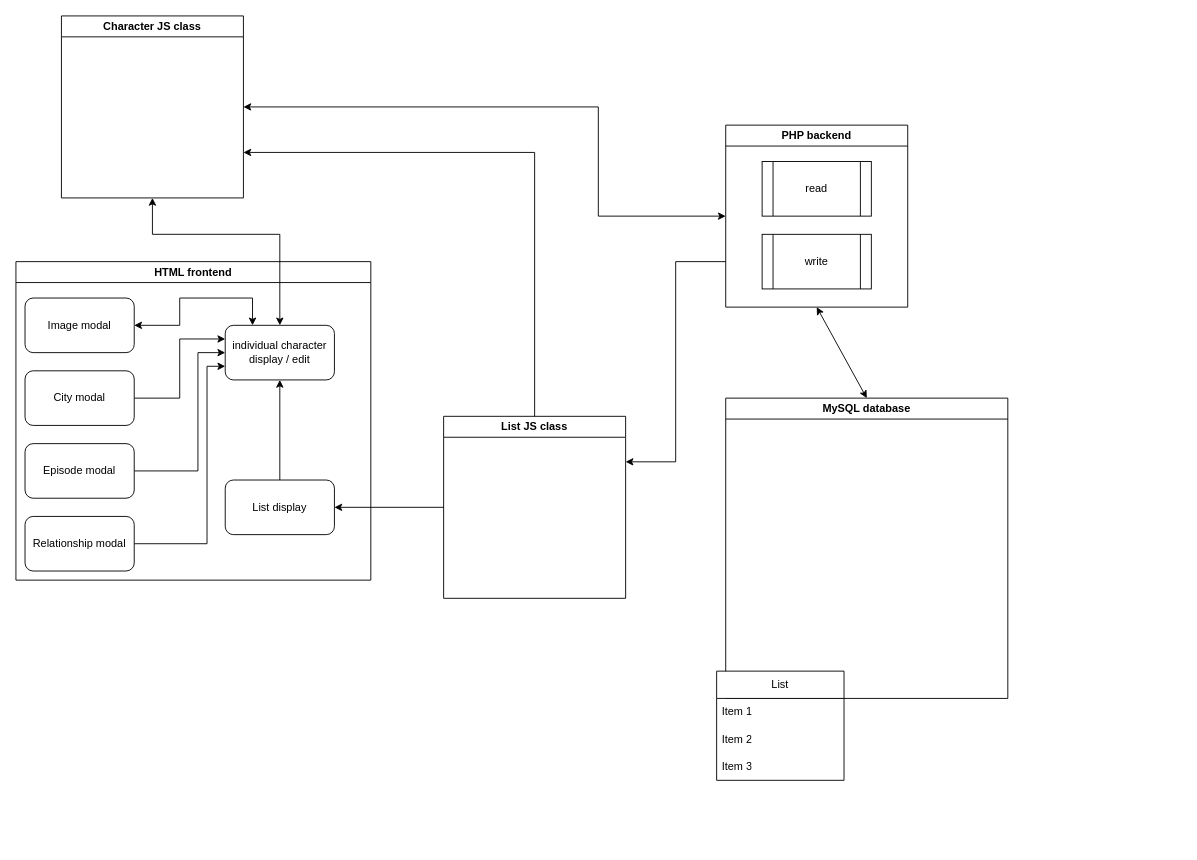
JS-Produksiyon/moc-character-db keeps this draw.io diagram as ed-infrastructure.drawio. Above is the earlier version. Source tidied: cells renumbered, new cells numbered last; positions are measured from the earlier drawing's top-left corner, leaving out a move shared by most shapes. Both pictures are drawn from the tidied source at 91%, with x=0, y=0 at pixel (15, 15).
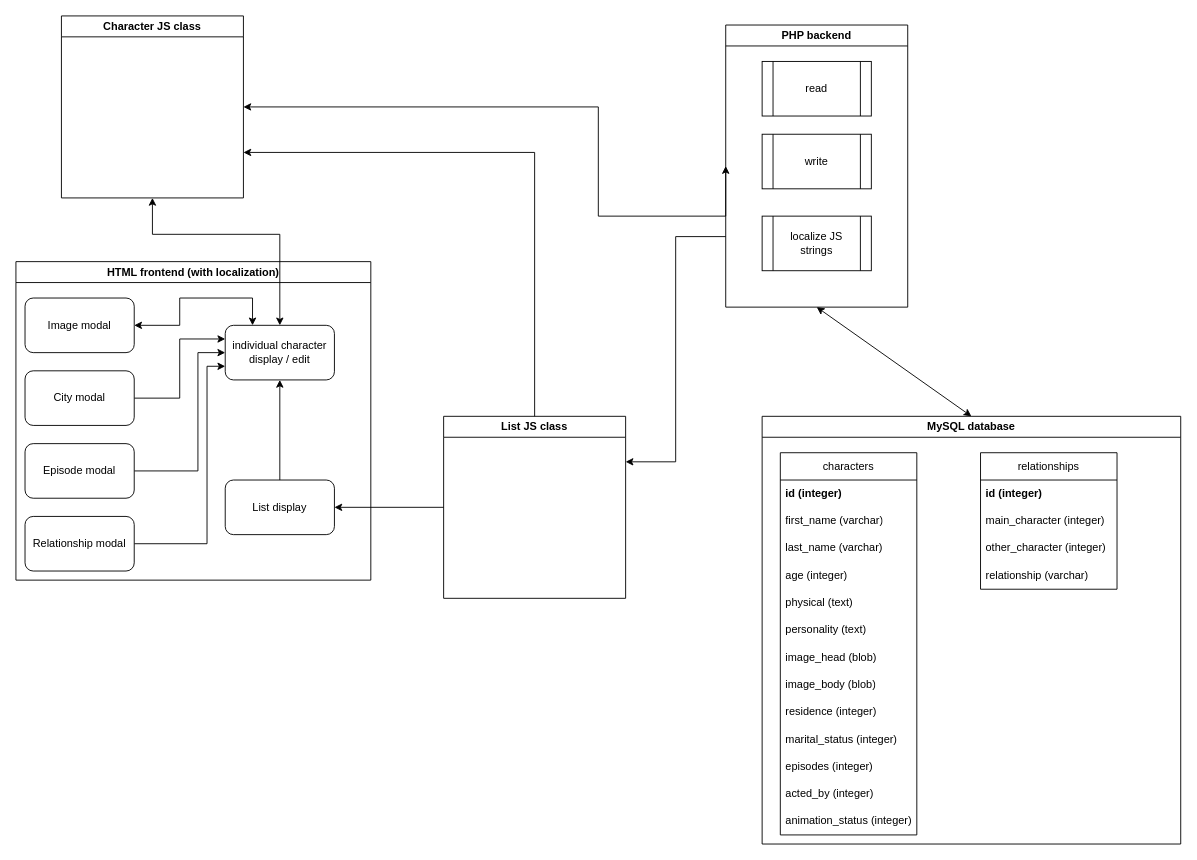
Above is the later version.

Change to the diagram source:
```diff
@@
     <mxCell id="3" value="PHP backend" style="swimlane;whiteSpace=wrap;html=1;" parent="1" vertex="1">
-      <mxGeometry x="780" y="120" width="200" height="200" as="geometry" />
+      <mxGeometry x="780" y="10" width="200" height="310" as="geometry" />
     </mxCell>
@@
+    <mxCell id="30" value="localize JS strings" style="shape=process;whiteSpace=wrap;html=1;backgroundOutline=1;" parent="3" vertex="1">
+      <mxGeometry x="40" y="210" width="120" height="60" as="geometry" />
+    </mxCell>
     <mxCell id="6" value="MySQL database" style="swimlane;whiteSpace=wrap;html=1;" parent="1" vertex="1">
-      <mxGeometry x="780" y="420" width="310" height="330" as="geometry" />
+      <mxGeometry x="820" y="440" width="460" height="470" as="geometry" />
     </mxCell>
+    <mxCell id="26" value="characters" style="swimlane;fontStyle=0;horizontal=1;startSize=30;whiteSpace=wrap;html=1;" parent="6" vertex="1">
+      <mxGeometry x="20" y="40" width="150" height="420" as="geometry" />
+    </mxCell>
+    <mxCell id="27" value="&lt;b&gt;id (integer)&lt;/b&gt;" style="text;strokeColor=none;fillColor=none;align=left;verticalAlign=middle;spacingLeft=4;spacingRight=4;overflow=hidden;whiteSpace=wrap;html=1;" parent="26" vertex="1">
+      <mxGeometry y="30" width="150" height="30" as="geometry" />
+    </mxCell>
+    <mxCell id="28" value="first_name (varchar)" style="text;strokeColor=none;fillColor=none;align=left;verticalAlign=middle;spacingLeft=4;spacingRight=4;overflow=hidden;whiteSpace=wrap;html=1;" parent="26" vertex="1">
+      <mxGeometry y="60" width="150" height="30" as="geometry" />
+    </mxCell>
+    <mxCell id="29" value="last_name (varchar)" style="text;strokeColor=none;fillColor=none;align=left;verticalAlign=middle;spacingLeft=4;spacingRight=4;overflow=hidden;whiteSpace=wrap;html=1;" parent="26" vertex="1">
+      <mxGeometry y="90" width="150" height="30" as="geometry" />
+    </mxCell>
+    <mxCell id="31" value="age (integer)" style="text;strokeColor=none;fillColor=none;align=left;verticalAlign=middle;spacingLeft=4;spacingRight=4;overflow=hidden;whiteSpace=wrap;html=1;" parent="26" vertex="1">
+      <mxGeometry y="120" width="150" height="30" as="geometry" />
+    </mxCell>
+    <mxCell id="32" value="physical (text)" style="text;strokeColor=none;fillColor=none;align=left;verticalAlign=middle;spacingLeft=4;spacingRight=4;overflow=hidden;whiteSpace=wrap;html=1;" parent="26" vertex="1">
+      <mxGeometry y="150" width="150" height="30" as="geometry" />
+    </mxCell>
+    <mxCell id="33" value="personality (text)" style="text;strokeColor=none;fillColor=none;align=left;verticalAlign=middle;spacingLeft=4;spacingRight=4;overflow=hidden;whiteSpace=wrap;html=1;" parent="26" vertex="1">
+      <mxGeometry y="180" width="150" height="30" as="geometry" />
+    </mxCell>
+    <mxCell id="34" value="image_head (blob)" style="text;strokeColor=none;fillColor=none;align=left;verticalAlign=middle;spacingLeft=4;spacingRight=4;overflow=hidden;whiteSpace=wrap;html=1;" parent="26" vertex="1">
+      <mxGeometry y="210" width="150" height="30" as="geometry" />
+    </mxCell>
+    <mxCell id="35" value="image_body (blob)" style="text;strokeColor=none;fillColor=none;align=left;verticalAlign=middle;spacingLeft=4;spacingRight=4;overflow=hidden;whiteSpace=wrap;html=1;" parent="26" vertex="1">
+      <mxGeometry y="240" width="150" height="30" as="geometry" />
+    </mxCell>
+    <mxCell id="36" value="residence (integer)" style="text;strokeColor=none;fillColor=none;align=left;verticalAlign=middle;spacingLeft=4;spacingRight=4;overflow=hidden;whiteSpace=wrap;html=1;" parent="26" vertex="1">
+      <mxGeometry y="270" width="150" height="30" as="geometry" />
+    </mxCell>
+    <mxCell id="37" value="marital_status (integer)" style="text;strokeColor=none;fillColor=none;align=left;verticalAlign=middle;spacingLeft=4;spacingRight=4;overflow=hidden;whiteSpace=wrap;html=1;" parent="26" vertex="1">
+      <mxGeometry y="300" width="150" height="30" as="geometry" />
+    </mxCell>
+    <mxCell id="38" value="episodes (integer)" style="text;strokeColor=none;fillColor=none;align=left;verticalAlign=middle;spacingLeft=4;spacingRight=4;overflow=hidden;whiteSpace=wrap;html=1;" parent="26" vertex="1">
+      <mxGeometry y="330" width="150" height="30" as="geometry" />
+    </mxCell>
+    <mxCell id="39" value="acted_by (integer)" style="text;strokeColor=none;fillColor=none;align=left;verticalAlign=middle;spacingLeft=4;spacingRight=4;overflow=hidden;whiteSpace=wrap;html=1;" parent="26" vertex="1">
+      <mxGeometry y="360" width="150" height="30" as="geometry" />
+    </mxCell>
+    <mxCell id="40" value="animation_status (integer)" style="text;strokeColor=none;fillColor=none;align=left;verticalAlign=middle;spacingLeft=4;spacingRight=4;overflow=hidden;whiteSpace=wrap;html=1;" parent="26" vertex="1">
+      <mxGeometry y="390" width="150" height="30" as="geometry" />
+    </mxCell>
+    <mxCell id="41" value="relationships" style="swimlane;fontStyle=0;horizontal=1;startSize=30;whiteSpace=wrap;html=1;" parent="6" vertex="1">
+      <mxGeometry x="240" y="40" width="150" height="150" as="geometry" />
+    </mxCell>
+    <mxCell id="42" value="&lt;b&gt;id (integer)&lt;/b&gt;" style="text;strokeColor=none;fillColor=none;align=left;verticalAlign=middle;spacingLeft=4;spacingRight=4;overflow=hidden;whiteSpace=wrap;html=1;" parent="41" vertex="1">
+      <mxGeometry y="30" width="150" height="30" as="geometry" />
+    </mxCell>
+    <mxCell id="43" value="main_character (integer)" style="text;strokeColor=none;fillColor=none;align=left;verticalAlign=middle;spacingLeft=4;spacingRight=4;overflow=hidden;whiteSpace=wrap;html=1;" parent="41" vertex="1">
+      <mxGeometry y="60" width="150" height="30" as="geometry" />
+    </mxCell>
+    <mxCell id="44" value="other_character (integer)" style="text;strokeColor=none;fillColor=none;align=left;verticalAlign=middle;spacingLeft=4;spacingRight=4;overflow=hidden;whiteSpace=wrap;html=1;" parent="41" vertex="1">
+      <mxGeometry y="90" width="150" height="30" as="geometry" />
+    </mxCell>
+    <mxCell id="45" value="relationship (varchar)" style="text;strokeColor=none;fillColor=none;align=left;verticalAlign=middle;spacingLeft=4;spacingRight=4;overflow=hidden;whiteSpace=wrap;html=1;" parent="41" vertex="1">
+      <mxGeometry y="120" width="150" height="30" as="geometry" />
+    </mxCell>
@@
-    <mxCell id="8" value="HTML frontend" style="swimlane;whiteSpace=wrap;html=1;" parent="1" vertex="1">
+    <mxCell id="8" value="HTML frontend (with localization)" style="swimlane;whiteSpace=wrap;html=1;" parent="1" vertex="1">
       <mxGeometry y="270" width="390" height="350" as="geometry" />
     </mxCell>
@@
-    <mxCell id="26" value="List" style="swimlane;fontStyle=0;horizontal=1;startSize=30;whiteSpace=wrap;html=1;" parent="1" vertex="1">
-      <mxGeometry x="770" y="720" width="140" height="120" as="geometry" />
-    </mxCell>
-    <mxCell id="27" value="Item 1" style="text;strokeColor=none;fillColor=none;align=left;verticalAlign=middle;spacingLeft=4;spacingRight=4;overflow=hidden;whiteSpace=wrap;html=1;" parent="26" vertex="1">
-      <mxGeometry y="30" width="140" height="30" as="geometry" />
-    </mxCell>
-    <mxCell id="28" value="Item 2" style="text;strokeColor=none;fillColor=none;align=left;verticalAlign=middle;spacingLeft=4;spacingRight=4;overflow=hidden;whiteSpace=wrap;html=1;" parent="26" vertex="1">
-      <mxGeometry y="60" width="140" height="30" as="geometry" />
-    </mxCell>
-    <mxCell id="29" value="Item 3" style="text;strokeColor=none;fillColor=none;align=left;verticalAlign=middle;spacingLeft=4;spacingRight=4;overflow=hidden;whiteSpace=wrap;html=1;" parent="26" vertex="1">
-      <mxGeometry y="90" width="140" height="30" as="geometry" />
-    </mxCell>
```
